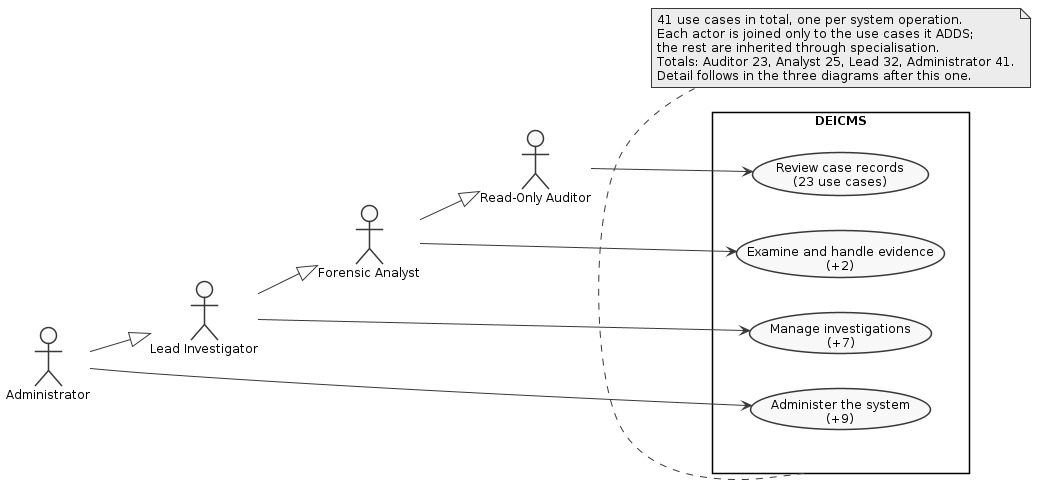
The PlantUML diagram diagrams_v3/01_usecase_overview.png in vidhyaharini0/DEICMS, before a commit. The source it was exported from:
```plantuml
@startuml
skinparam monochrome true
skinparam shadowing false
skinparam defaultFontName Arial
skinparam defaultFontSize 12
skinparam backgroundColor white
left to right direction

actor "Read-Only Auditor" as RO
actor "Forensic Analyst"  as ANA
actor "Lead Investigator" as LEAD
actor "Administrator"     as ADM

ANA  --|> RO
LEAD --|> ANA
ADM  --|> LEAD

rectangle DEICMS {
  usecase "Review case records\n(23 use cases)"      as P1
  usecase "Examine and handle evidence\n(+2)"        as P2
  usecase "Manage investigations\n(+7)"              as P3
  usecase "Administer the system\n(+9)"              as P4
}

RO   --> P1
ANA  --> P2
LEAD --> P3
ADM  --> P4

note bottom of DEICMS
  41 use cases in total, one per system operation.
  Each actor is joined only to the use cases it ADDS;
  the rest are inherited through specialisation.
  Totals: Auditor 23, Analyst 25, Lead 32, Administrator 41.
  Detail follows in the three diagrams after this one.
end note
@enduml
```
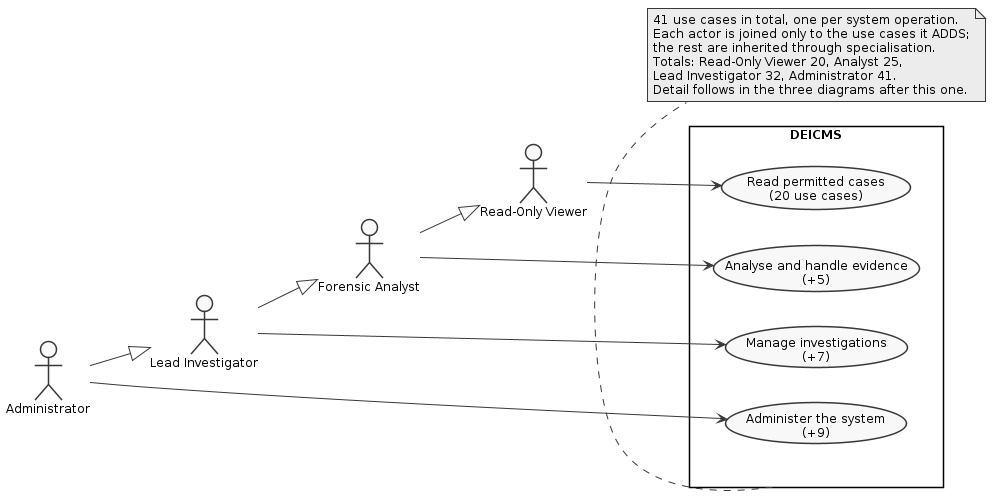
Above is the later version.

Change to the diagram source:
```diff
@@ -6,7 +6,7 @@
 skinparam backgroundColor white
 left to right direction
 
-actor "Read-Only Auditor" as RO
+actor "Read-Only Viewer" as RO
 actor "Forensic Analyst"  as ANA
 actor "Lead Investigator" as LEAD
 actor "Administrator"     as ADM
@@ -16,8 +16,8 @@
 ADM  --|> LEAD
 
 rectangle DEICMS {
-  usecase "Review case records\n(23 use cases)"      as P1
-  usecase "Examine and handle evidence\n(+2)"        as P2
+  usecase "Read permitted cases\n(20 use cases)"      as P1
+  usecase "Analyse and handle evidence\n(+5)"        as P2
   usecase "Manage investigations\n(+7)"              as P3
   usecase "Administer the system\n(+9)"              as P4
 }
@@ -31,7 +31,8 @@
   41 use cases in total, one per system operation.
   Each actor is joined only to the use cases it ADDS;
   the rest are inherited through specialisation.
-  Totals: Auditor 23, Analyst 25, Lead 32, Administrator 41.
+  Totals: Read-Only Viewer 20, Analyst 25,
+  Lead Investigator 32, Administrator 41.
   Detail follows in the three diagrams after this one.
 end note
 @enduml
```
